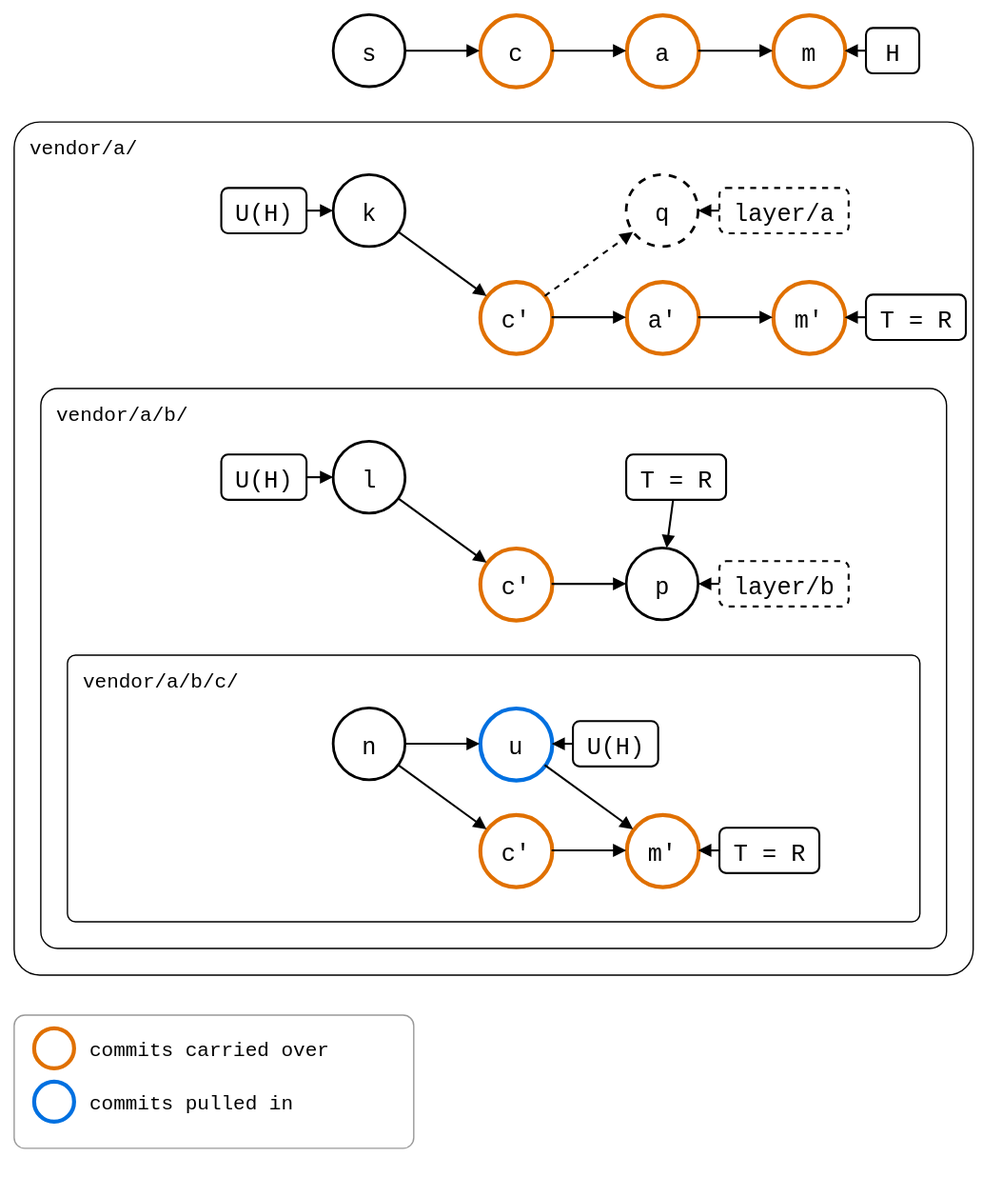
roschaefer/git-splice keeps this draw.io diagram as docs/09-scenarios/05-nested-splices/01-nested-splices/02-three-levels/levels-pushed.drawio.svg. Above is the earlier version. Source tidied: cells renumbered, new cells last; positions are measured from the earlier drawing's top-left corner, leaving out a move shared by most shapes.
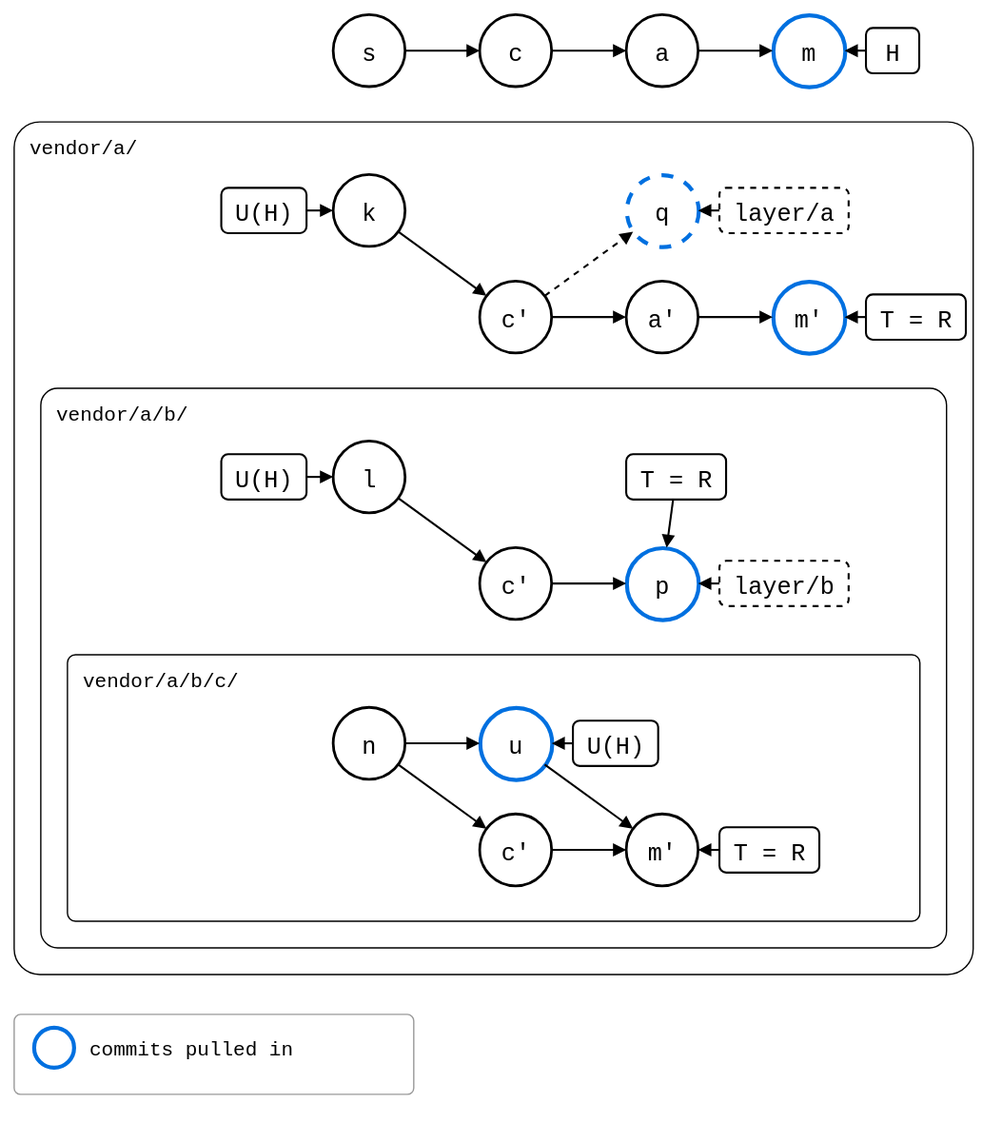
Above is the later version.

Commit message:
docs(scenarios): follow the pulled commit out through the levels in blue

What changed in the source:
```diff
@@ -14,19 +14,19 @@
     <mxCell id="5" value="s" style="ellipse;strokeWidth=2;fontSize=18;fontFamily=Roboto Mono,monospace;" parent="1" vertex="1">
       <mxGeometry x="240" width="54" height="54" as="geometry" />
     </mxCell>
-    <mxCell id="6" value="c" style="ellipse;strokeWidth=2;fontSize=18;fontFamily=Roboto Mono,monospace;strokeColor=#E07000;strokeWidth=3;" parent="1" vertex="1">
+    <mxCell id="6" value="c" style="ellipse;strokeWidth=2;fontSize=18;fontFamily=Roboto Mono,monospace;" parent="1" vertex="1">
       <mxGeometry x="350" width="54" height="54" as="geometry" />
     </mxCell>
     <mxCell id="7" style="endArrow=block;endFill=1;html=1;strokeWidth=1.5;rounded=0;" parent="1" edge="1" source="5" target="6">
       <mxGeometry relative="1" as="geometry" />
     </mxCell>
-    <mxCell id="8" value="a" style="ellipse;strokeWidth=2;fontSize=18;fontFamily=Roboto Mono,monospace;strokeColor=#E07000;strokeWidth=3;" parent="1" vertex="1">
+    <mxCell id="8" value="a" style="ellipse;strokeWidth=2;fontSize=18;fontFamily=Roboto Mono,monospace;" parent="1" vertex="1">
       <mxGeometry x="460" width="54" height="54" as="geometry" />
     </mxCell>
     <mxCell id="9" style="endArrow=block;endFill=1;html=1;strokeWidth=1.5;rounded=0;" parent="1" edge="1" source="6" target="8">
       <mxGeometry relative="1" as="geometry" />
     </mxCell>
-    <mxCell id="10" value="m" style="ellipse;strokeWidth=2;fontSize=18;fontFamily=Roboto Mono,monospace;strokeColor=#E07000;strokeWidth=3;" parent="1" vertex="1">
+    <mxCell id="10" value="m" style="ellipse;strokeWidth=2;fontSize=18;fontFamily=Roboto Mono,monospace;strokeColor=#0070E0;strokeWidth=3;" parent="1" vertex="1">
       <mxGeometry x="570" width="54" height="54" as="geometry" />
     </mxCell>
     <mxCell id="11" style="endArrow=block;endFill=1;html=1;strokeWidth=1.5;rounded=0;" parent="1" edge="1" source="8" target="10">
@@ -41,7 +41,7 @@
     <mxCell id="14" value="k" style="ellipse;strokeWidth=2;fontSize=18;fontFamily=Roboto Mono,monospace;" parent="1" vertex="1">
       <mxGeometry x="240" y="120" width="54" height="54" as="geometry" />
     </mxCell>
-    <mxCell id="15" value="c'" style="ellipse;strokeWidth=2;fontSize=18;fontFamily=Roboto Mono,monospace;strokeColor=#E07000;strokeWidth=3;" parent="1" vertex="1">
+    <mxCell id="15" value="c'" style="ellipse;strokeWidth=2;fontSize=18;fontFamily=Roboto Mono,monospace;" parent="1" vertex="1">
       <mxGeometry x="350" y="200" width="54" height="54" as="geometry" />
     </mxCell>
     <mxCell id="16" style="endArrow=block;endFill=1;html=1;strokeWidth=1.5;rounded=0;" parent="1" edge="1" source="14" target="15">
@@ -50,7 +50,7 @@
     <mxCell id="17" value="l" style="ellipse;strokeWidth=2;fontSize=18;fontFamily=Roboto Mono,monospace;" parent="1" vertex="1">
       <mxGeometry x="240" y="320" width="54" height="54" as="geometry" />
     </mxCell>
-    <mxCell id="18" value="c'" style="ellipse;strokeWidth=2;fontSize=18;fontFamily=Roboto Mono,monospace;strokeColor=#E07000;strokeWidth=3;" parent="1" vertex="1">
+    <mxCell id="18" value="c'" style="ellipse;strokeWidth=2;fontSize=18;fontFamily=Roboto Mono,monospace;" parent="1" vertex="1">
       <mxGeometry x="350" y="400" width="54" height="54" as="geometry" />
     </mxCell>
     <mxCell id="19" style="endArrow=block;endFill=1;html=1;strokeWidth=1.5;rounded=0;" parent="1" edge="1" source="17" target="18">
@@ -65,7 +65,7 @@
     <mxCell id="22" style="endArrow=block;endFill=1;html=1;strokeWidth=1.5;rounded=0;" parent="1" edge="1" source="20" target="21">
       <mxGeometry relative="1" as="geometry" />
     </mxCell>
-    <mxCell id="23" value="c'" style="ellipse;strokeWidth=2;fontSize=18;fontFamily=Roboto Mono,monospace;strokeColor=#E07000;strokeWidth=3;" parent="1" vertex="1">
+    <mxCell id="23" value="c'" style="ellipse;strokeWidth=2;fontSize=18;fontFamily=Roboto Mono,monospace;" parent="1" vertex="1">
       <mxGeometry x="350" y="600" width="54" height="54" as="geometry" />
     </mxCell>
     <mxCell id="24" style="endArrow=block;endFill=1;html=1;strokeWidth=1.5;rounded=0;" parent="1" edge="1" source="20" target="23">
@@ -83,31 +83,31 @@
     <mxCell id="28" style="endArrow=block;endFill=1;html=1;strokeWidth=1.5;rounded=0;" parent="1" edge="1" source="27" target="17">
       <mxGeometry relative="1" as="geometry" />
     </mxCell>
-    <mxCell id="29" value="p" style="ellipse;strokeWidth=2;fontSize=18;fontFamily=Roboto Mono,monospace;" parent="1" vertex="1">
+    <mxCell id="29" value="p" style="ellipse;strokeWidth=2;fontSize=18;fontFamily=Roboto Mono,monospace;strokeColor=#0070E0;strokeWidth=3;" parent="1" vertex="1">
       <mxGeometry x="460" y="400" width="54" height="54" as="geometry" />
     </mxCell>
     <mxCell id="30" style="endArrow=block;endFill=1;html=1;strokeWidth=1.5;rounded=0;" parent="1" edge="1" source="18" target="29">
       <mxGeometry relative="1" as="geometry" />
     </mxCell>
-    <mxCell id="31" value="q" style="ellipse;strokeWidth=2;fontSize=18;fontFamily=Roboto Mono,monospace;dashed=1;" parent="1" vertex="1">
+    <mxCell id="31" value="q" style="ellipse;strokeWidth=2;fontSize=18;fontFamily=Roboto Mono,monospace;dashed=1;strokeColor=#0070E0;strokeWidth=3;" parent="1" vertex="1">
       <mxGeometry x="460" y="120" width="54" height="54" as="geometry" />
     </mxCell>
     <mxCell id="32" style="endArrow=block;endFill=1;html=1;strokeWidth=1.5;rounded=0;dashed=1;" parent="1" edge="1" source="15" target="31">
       <mxGeometry relative="1" as="geometry" />
     </mxCell>
-    <mxCell id="33" value="a'" style="ellipse;strokeWidth=2;fontSize=18;fontFamily=Roboto Mono,monospace;strokeColor=#E07000;strokeWidth=3;" parent="1" vertex="1">
+    <mxCell id="33" value="a'" style="ellipse;strokeWidth=2;fontSize=18;fontFamily=Roboto Mono,monospace;" parent="1" vertex="1">
       <mxGeometry x="460" y="200" width="54" height="54" as="geometry" />
     </mxCell>
     <mxCell id="34" style="endArrow=block;endFill=1;html=1;strokeWidth=1.5;rounded=0;" parent="1" edge="1" source="15" target="33">
       <mxGeometry relative="1" as="geometry" />
     </mxCell>
-    <mxCell id="35" value="m'" style="ellipse;strokeWidth=2;fontSize=18;fontFamily=Roboto Mono,monospace;strokeColor=#E07000;strokeWidth=3;" parent="1" vertex="1">
+    <mxCell id="35" value="m'" style="ellipse;strokeWidth=2;fontSize=18;fontFamily=Roboto Mono,monospace;strokeColor=#0070E0;strokeWidth=3;" parent="1" vertex="1">
       <mxGeometry x="570" y="200" width="54" height="54" as="geometry" />
     </mxCell>
     <mxCell id="36" style="endArrow=block;endFill=1;html=1;strokeWidth=1.5;rounded=0;" parent="1" edge="1" source="33" target="35">
       <mxGeometry relative="1" as="geometry" />
     </mxCell>
-    <mxCell id="37" value="m'" style="ellipse;strokeWidth=2;fontSize=18;fontFamily=Roboto Mono,monospace;strokeColor=#E07000;strokeWidth=3;" parent="1" vertex="1">
+    <mxCell id="37" value="m'" style="ellipse;strokeWidth=2;fontSize=18;fontFamily=Roboto Mono,monospace;" parent="1" vertex="1">
       <mxGeometry x="460" y="600" width="54" height="54" as="geometry" />
     </mxCell>
     <mxCell id="38" style="endArrow=block;endFill=1;html=1;strokeWidth=1.5;rounded=0;" parent="1" edge="1" source="23" target="37">
@@ -153,19 +153,13 @@
       <mxGeometry relative="1" as="geometry" />
     </mxCell>
     <mxCell id="52" style="rounded=1;arcSize=8;fillColor=none;strokeColor=#999999;strokeWidth=1;legend=1;" parent="1" vertex="1">
-      <mxGeometry y="750" width="300" height="100" as="geometry" />
+      <mxGeometry y="750" width="300" height="60" as="geometry" />
     </mxCell>
-    <mxCell id="53" style="ellipse;fontSize=13;fontFamily=Roboto Mono,monospace;strokeWidth=2;strokeColor=#E07000;strokeWidth=3;" parent="52" vertex="1">
-      <mxGeometry x="15" y="10" width="30" height="30" as="geometry" />
-    </mxCell>
-    <mxCell id="54" value="commits carried over" style="text;align=left;verticalAlign=middle;fontSize=15;fontFamily=Roboto Mono,monospace;" parent="52" vertex="1">
-      <mxGeometry x="55" y="10" width="240" height="30" as="geometry" />
-    </mxCell>
     <mxCell id="55" style="ellipse;fontSize=13;fontFamily=Roboto Mono,monospace;strokeWidth=2;strokeColor=#0070E0;strokeWidth=3;" parent="52" vertex="1">
-      <mxGeometry x="15" y="50" width="30" height="30" as="geometry" />
+      <mxGeometry x="15" y="10" width="30" height="30" as="geometry" />
     </mxCell>
     <mxCell id="56" value="commits pulled in" style="text;align=left;verticalAlign=middle;fontSize=15;fontFamily=Roboto Mono,monospace;" parent="52" vertex="1">
-      <mxGeometry x="55" y="50" width="240" height="30" as="geometry" />
+      <mxGeometry x="55" y="10" width="240" height="30" as="geometry" />
     </mxCell>
   </root>
 </mxGraphModel>
```
